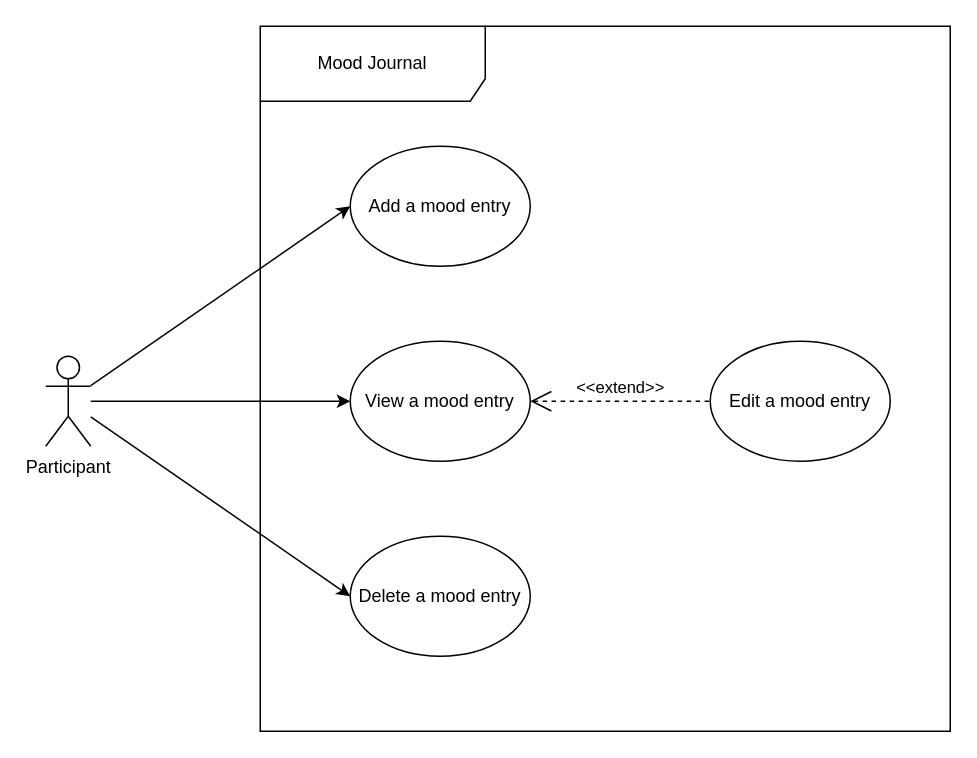
Before: designs/uml/UseCases.drawio in Brawrdon/IsThisAMood, a draw.io diagram. Source tidied: cells renumbered, new cells numbered last; positions are measured from the earlier drawing's top-left corner, leaving out a move shared by most shapes. Both pictures are drawn from the tidied source at 150%, with x=0, y=0 at pixel (45, 26).
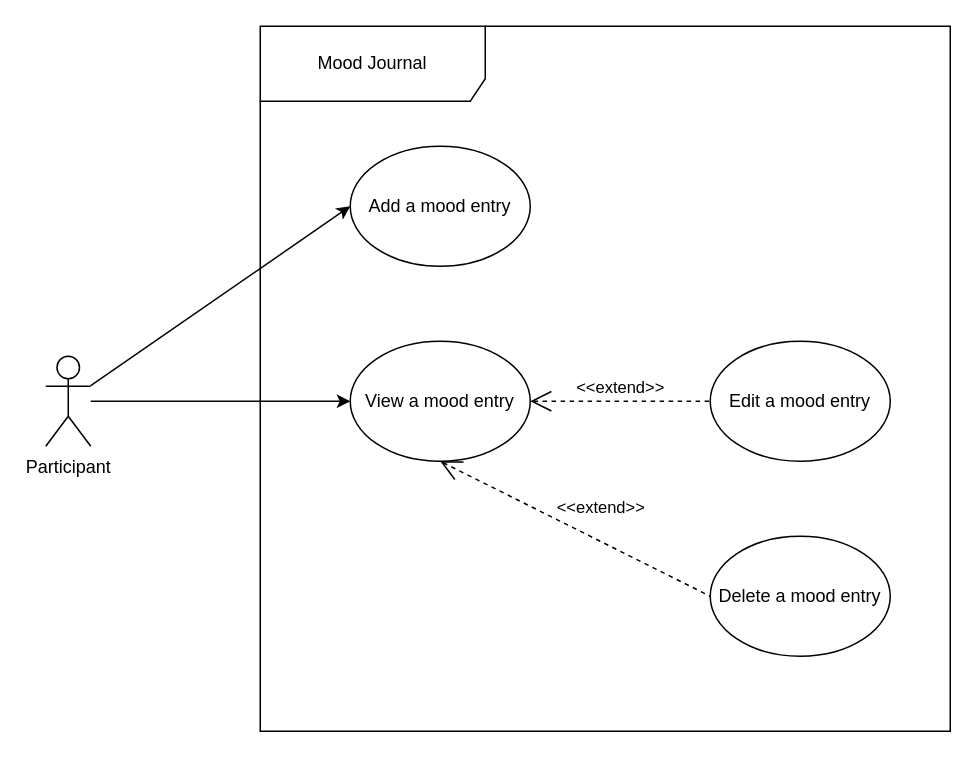
After the change.

Commit message:
Update use case

Diff of the diagram source:
```diff
@@
 <mxGraphModel>
   <root>
     <mxCell id="0" />
     <mxCell id="1" parent="0" />
     <mxCell id="2" value="Participant" style="shape=umlActor;verticalLabelPosition=bottom;labelBackgroundColor=#ffffff;verticalAlign=top;html=1;" parent="1" vertex="1">
       <mxGeometry y="220" width="30" height="60" as="geometry" />
     </mxCell>
     <mxCell id="3" style="endArrow=classic;html=1;entryX=0;entryY=0.5;entryDx=0;entryDy=0;" parent="1" edge="1" source="2" target="9">
       <mxGeometry relative="1" as="geometry" />
     </mxCell>
     <mxCell id="4" style="endArrow=classic;html=1;entryX=0;entryY=0.5;entryDx=0;entryDy=0;" parent="1" edge="1" source="2" target="8">
       <mxGeometry relative="1" as="geometry" />
     </mxCell>
-    <mxCell id="5" style="endArrow=classic;html=1;entryX=0;entryY=0.5;entryDx=0;entryDy=0;" parent="1" edge="1" source="2" target="11">
-      <mxGeometry relative="1" as="geometry" />
-    </mxCell>
     <mxCell id="6" style="group;" parent="1" vertex="1">
       <mxGeometry x="143" width="460" height="470" as="geometry" />
     </mxCell>
     <mxCell id="7" value="Mood Journal" style="shape=umlFrame;whiteSpace=wrap;html=1;width=150;height=50;" parent="6" vertex="1">
       <mxGeometry width="460" height="470" as="geometry" />
     </mxCell>
     <mxCell id="8" value="Add a mood entry" style="ellipse;whiteSpace=wrap;html=1;" parent="6" vertex="1">
       <mxGeometry x="60" y="80" width="120" height="80" as="geometry" />
     </mxCell>
     <mxCell id="9" value="View a mood entry" style="ellipse;whiteSpace=wrap;html=1;" parent="6" vertex="1">
       <mxGeometry x="60" y="210" width="120" height="80" as="geometry" />
     </mxCell>
     <mxCell id="10" value="Edit a mood entry" style="ellipse;whiteSpace=wrap;html=1;" parent="6" vertex="1">
       <mxGeometry x="300" y="210" width="120" height="80" as="geometry" />
     </mxCell>
     <mxCell id="11" value="Delete a mood entry" style="ellipse;whiteSpace=wrap;html=1;" parent="6" vertex="1">
-      <mxGeometry x="60" y="340" width="120" height="80" as="geometry" />
+      <mxGeometry x="300" y="340" width="120" height="80" as="geometry" />
     </mxCell>
     <mxCell id="12" value="&amp;lt;&amp;lt;extend&amp;gt;&amp;gt;" style="edgeStyle=none;html=1;startArrow=open;endArrow=none;startSize=12;verticalAlign=bottom;dashed=1;labelBackgroundColor=none;entryX=0;entryY=0.5;entryDx=0;entryDy=0;" parent="6" edge="1" source="9" target="10">
       <mxGeometry relative="1" as="geometry" />
     </mxCell>
+    <mxCell id="13" value="&amp;lt;&amp;lt;extend&amp;gt;&amp;gt;" style="edgeStyle=none;html=1;startArrow=open;endArrow=none;startSize=12;verticalAlign=bottom;dashed=1;labelBackgroundColor=none;entryX=0;entryY=0.5;entryDx=0;entryDy=0;exitX=0.5;exitY=1;exitDx=0;exitDy=0;" parent="6" edge="1" source="9" target="11">
+      <mxGeometry x="0.13" y="12" relative="1" as="geometry" />
+    </mxCell>
   </root>
 </mxGraphModel>
```
